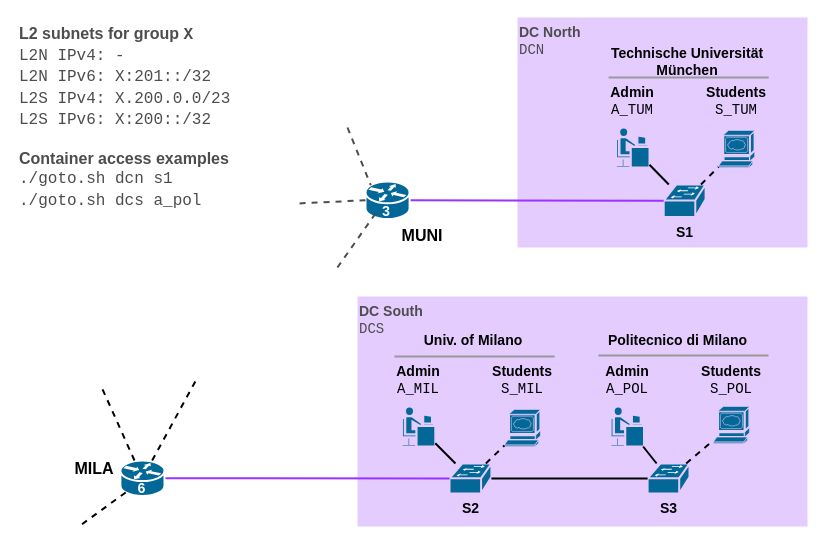
The draw.io diagram platform/config/figures/l2_topo.drawio in HongyuHe/mini-internet, before the edit. Source tidied: cells renumbered, new cells numbered last; positions are measured from the earlier drawing's top-left corner, leaving out a move shared by most shapes. Both pictures are drawn from the tidied source at 100%, with x=0, y=0 at pixel (17, 17).
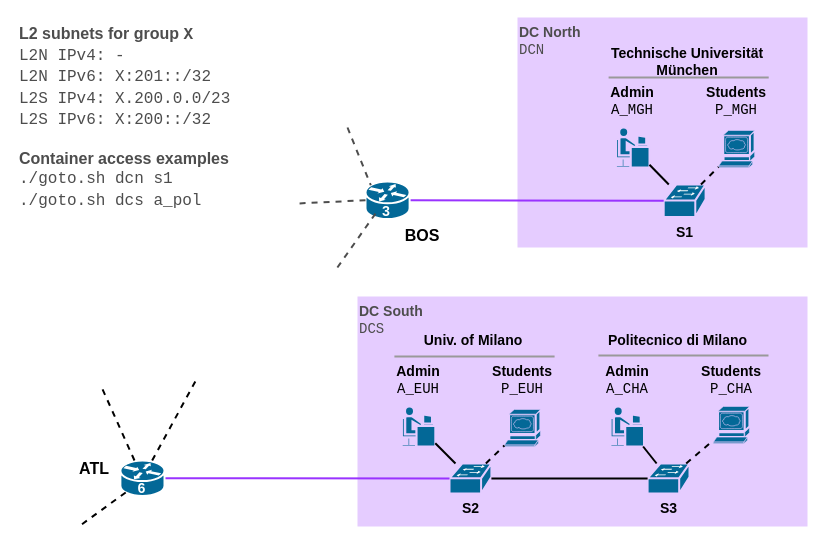
The same diagram, later.

Diff of the diagram source:
```diff
@@
-    <mxCell id="15" value="&lt;font style=&quot;font-size: 14px;&quot;&gt;&lt;span style=&quot;font-size: 14px;&quot;&gt;Admin&lt;br&gt;&lt;font style=&quot;font-weight: normal;&quot; face=&quot;Courier New&quot;&gt;A_MIL&lt;/font&gt;&lt;br&gt;&lt;/span&gt;&lt;/font&gt;" style="rounded=0;whiteSpace=wrap;html=1;strokeColor=none;fillColor=none;fontSize=14;fontStyle=1;" parent="1" vertex="1">
+    <mxCell id="15" value="&lt;font style=&quot;font-size: 14px;&quot;&gt;&lt;span style=&quot;font-size: 14px;&quot;&gt;Admin&lt;br&gt;&lt;font style=&quot;font-weight: normal;&quot; face=&quot;Courier New&quot;&gt;A_EUH&lt;/font&gt;&lt;br&gt;&lt;/span&gt;&lt;/font&gt;" style="rounded=0;whiteSpace=wrap;html=1;strokeColor=none;fillColor=none;fontSize=14;fontStyle=1;" parent="1" vertex="1">
       <mxGeometry x="374" y="349" width="54.1" height="27.5" as="geometry" />
     </mxCell>
-    <mxCell id="16" value="&lt;font style=&quot;font-size: 14px;&quot;&gt;&lt;span style=&quot;font-size: 14px;&quot;&gt;Students&lt;br&gt;&lt;font style=&quot;font-weight: normal;&quot; face=&quot;Courier New&quot;&gt;S_MIL&lt;/font&gt;&lt;br&gt;&lt;/span&gt;&lt;/font&gt;" style="rounded=0;whiteSpace=wrap;html=1;strokeColor=none;fillColor=none;fontSize=14;fontStyle=1;" parent="1" vertex="1">
+    <mxCell id="16" value="&lt;font style=&quot;font-size: 14px;&quot;&gt;&lt;span style=&quot;font-size: 14px;&quot;&gt;Students&lt;br&gt;&lt;font style=&quot;font-weight: normal;&quot; face=&quot;Courier New&quot;&gt;P_EUH&lt;/font&gt;&lt;br&gt;&lt;/span&gt;&lt;/font&gt;" style="rounded=0;whiteSpace=wrap;html=1;strokeColor=none;fillColor=none;fontSize=14;fontStyle=1;" parent="1" vertex="1">
       <mxGeometry x="477.9" y="349" width="54.1" height="27.5" as="geometry" />
     </mxCell>
-    <mxCell id="17" value="&lt;font style=&quot;font-size: 14px;&quot;&gt;&lt;span style=&quot;font-size: 14px;&quot;&gt;Admin&lt;br&gt;&lt;font style=&quot;font-weight: normal;&quot; face=&quot;Courier New&quot;&gt;A_POL&lt;/font&gt;&lt;br&gt;&lt;/span&gt;&lt;/font&gt;" style="rounded=0;whiteSpace=wrap;html=1;strokeColor=none;fillColor=none;fontSize=14;fontStyle=1;" parent="1" vertex="1">
+    <mxCell id="17" value="&lt;font style=&quot;font-size: 14px;&quot;&gt;&lt;span style=&quot;font-size: 14px;&quot;&gt;Admin&lt;br&gt;&lt;font style=&quot;font-weight: normal;&quot; face=&quot;Courier New&quot;&gt;A_CHA&lt;/font&gt;&lt;br&gt;&lt;/span&gt;&lt;/font&gt;" style="rounded=0;whiteSpace=wrap;html=1;strokeColor=none;fillColor=none;fontSize=14;fontStyle=1;" parent="1" vertex="1">
       <mxGeometry x="582.7" y="349" width="54.1" height="27.5" as="geometry" />
     </mxCell>
-    <mxCell id="18" value="&lt;font style=&quot;font-size: 14px;&quot;&gt;&lt;span style=&quot;font-size: 14px;&quot;&gt;Students&lt;br&gt;&lt;font style=&quot;font-weight: normal;&quot; face=&quot;Courier New&quot;&gt;S_POL&lt;/font&gt;&lt;br&gt;&lt;/span&gt;&lt;/font&gt;" style="rounded=0;whiteSpace=wrap;html=1;strokeColor=none;fillColor=none;fontSize=14;fontStyle=1;" parent="1" vertex="1">
+    <mxCell id="18" value="&lt;font style=&quot;font-size: 14px;&quot;&gt;&lt;span style=&quot;font-size: 14px;&quot;&gt;Students&lt;br&gt;&lt;font style=&quot;font-weight: normal;&quot; face=&quot;Courier New&quot;&gt;P_CHA&lt;/font&gt;&lt;br&gt;&lt;/span&gt;&lt;/font&gt;" style="rounded=0;whiteSpace=wrap;html=1;strokeColor=none;fillColor=none;fontSize=14;fontStyle=1;" parent="1" vertex="1">
       <mxGeometry x="686.9" y="349" width="54.1" height="27.5" as="geometry" />
     </mxCell>
@@
-    <mxCell id="29" value="&lt;font style=&quot;font-size: 14px;&quot;&gt;&lt;span style=&quot;font-size: 14px;&quot;&gt;Admin&lt;br&gt;&lt;font style=&quot;font-weight: normal;&quot; face=&quot;Courier New&quot;&gt;A_TUM&lt;/font&gt;&lt;br&gt;&lt;/span&gt;&lt;/font&gt;" style="rounded=0;whiteSpace=wrap;html=1;strokeColor=none;fillColor=none;fontSize=14;fontStyle=1;" parent="1" vertex="1">
+    <mxCell id="29" value="&lt;font style=&quot;font-size: 14px;&quot;&gt;&lt;span style=&quot;font-size: 14px;&quot;&gt;Admin&lt;br&gt;&lt;font style=&quot;font-weight: normal;&quot; face=&quot;Courier New&quot;&gt;A_MGH&lt;/font&gt;&lt;br&gt;&lt;/span&gt;&lt;/font&gt;" style="rounded=0;whiteSpace=wrap;html=1;strokeColor=none;fillColor=none;fontSize=14;fontStyle=1;" parent="1" vertex="1">
       <mxGeometry x="588.1" y="70" width="54.1" height="27.5" as="geometry" />
     </mxCell>
-    <mxCell id="30" value="&lt;font style=&quot;font-size: 14px;&quot;&gt;&lt;span style=&quot;font-size: 14px;&quot;&gt;Students&lt;br&gt;&lt;font style=&quot;font-weight: normal;&quot; face=&quot;Courier New&quot;&gt;S_TUM&lt;/font&gt;&lt;br&gt;&lt;/span&gt;&lt;/font&gt;" style="rounded=0;whiteSpace=wrap;html=1;strokeColor=none;fillColor=none;fontSize=14;fontStyle=1;" parent="1" vertex="1">
+    <mxCell id="30" value="&lt;font style=&quot;font-size: 14px;&quot;&gt;&lt;span style=&quot;font-size: 14px;&quot;&gt;Students&lt;br&gt;&lt;font style=&quot;font-weight: normal;&quot; face=&quot;Courier New&quot;&gt;P_MGH&lt;/font&gt;&lt;br&gt;&lt;/span&gt;&lt;/font&gt;" style="rounded=0;whiteSpace=wrap;html=1;strokeColor=none;fillColor=none;fontSize=14;fontStyle=1;" parent="1" vertex="1">
       <mxGeometry x="692" y="70" width="54.1" height="27.5" as="geometry" />
     </mxCell>
@@
-    <mxCell id="40" value="&lt;font size=&quot;1&quot; style=&quot;&quot;&gt;&lt;b style=&quot;font-size: 16px;&quot;&gt;MILA&lt;/b&gt;&lt;/font&gt;" style="rounded=0;whiteSpace=wrap;html=1;strokeColor=none;fillColor=none;" parent="1" vertex="1">
+    <mxCell id="40" value="&lt;font size=&quot;1&quot; style=&quot;&quot;&gt;&lt;b style=&quot;font-size: 16px;&quot;&gt;ATL&lt;/b&gt;&lt;/font&gt;" style="rounded=0;whiteSpace=wrap;html=1;strokeColor=none;fillColor=none;" parent="1" vertex="1">
       <mxGeometry x="49.5" y="437" width="54.1" height="27.5" as="geometry" />
     </mxCell>
@@
-    <mxCell id="47" value="&lt;font size=&quot;1&quot; style=&quot;&quot;&gt;&lt;b style=&quot;font-size: 16px;&quot;&gt;MUNI&lt;/b&gt;&lt;/font&gt;" style="rounded=0;whiteSpace=wrap;html=1;strokeColor=none;fillColor=none;" parent="1" vertex="1">
+    <mxCell id="47" value="&lt;font size=&quot;1&quot; style=&quot;&quot;&gt;&lt;b style=&quot;font-size: 16px;&quot;&gt;BOS&lt;/b&gt;&lt;/font&gt;" style="rounded=0;whiteSpace=wrap;html=1;strokeColor=none;fillColor=none;" parent="1" vertex="1">
       <mxGeometry x="377.9" y="204.5" width="54.1" height="27.5" as="geometry" />
     </mxCell>
```
